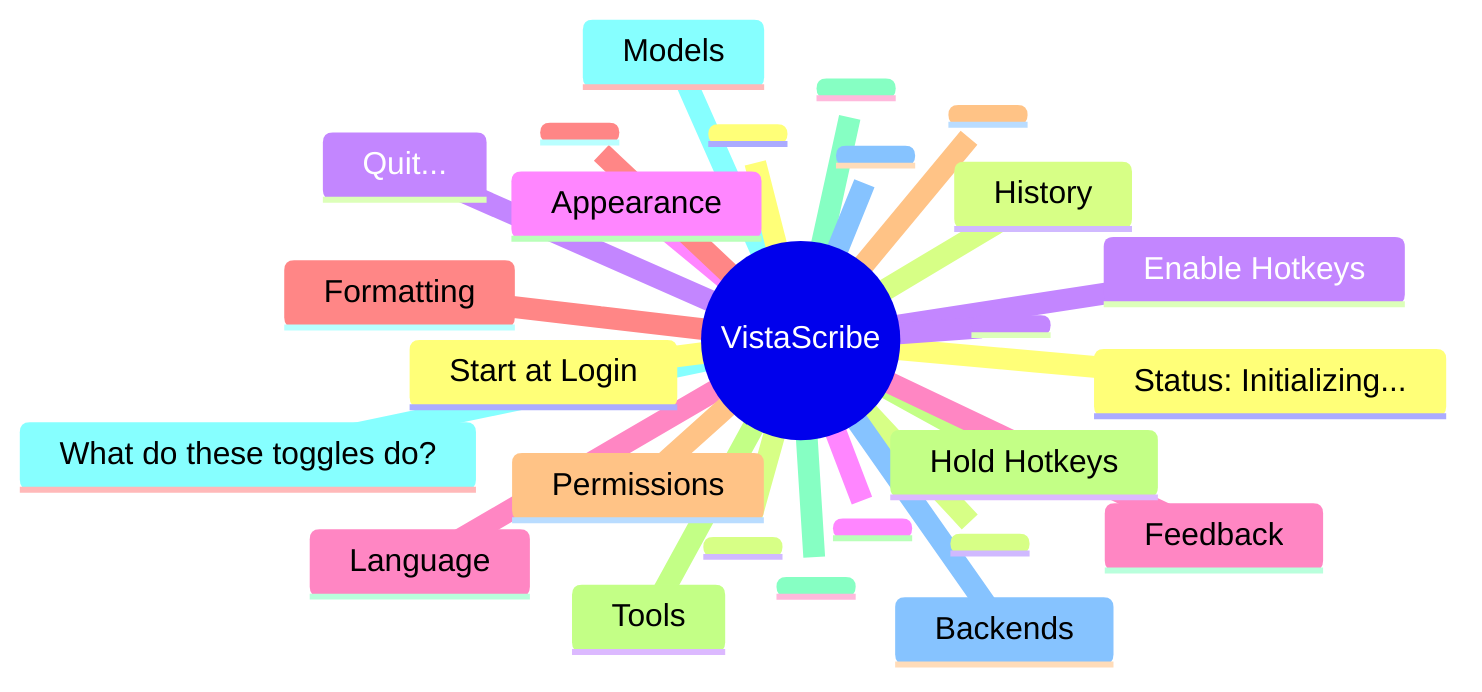
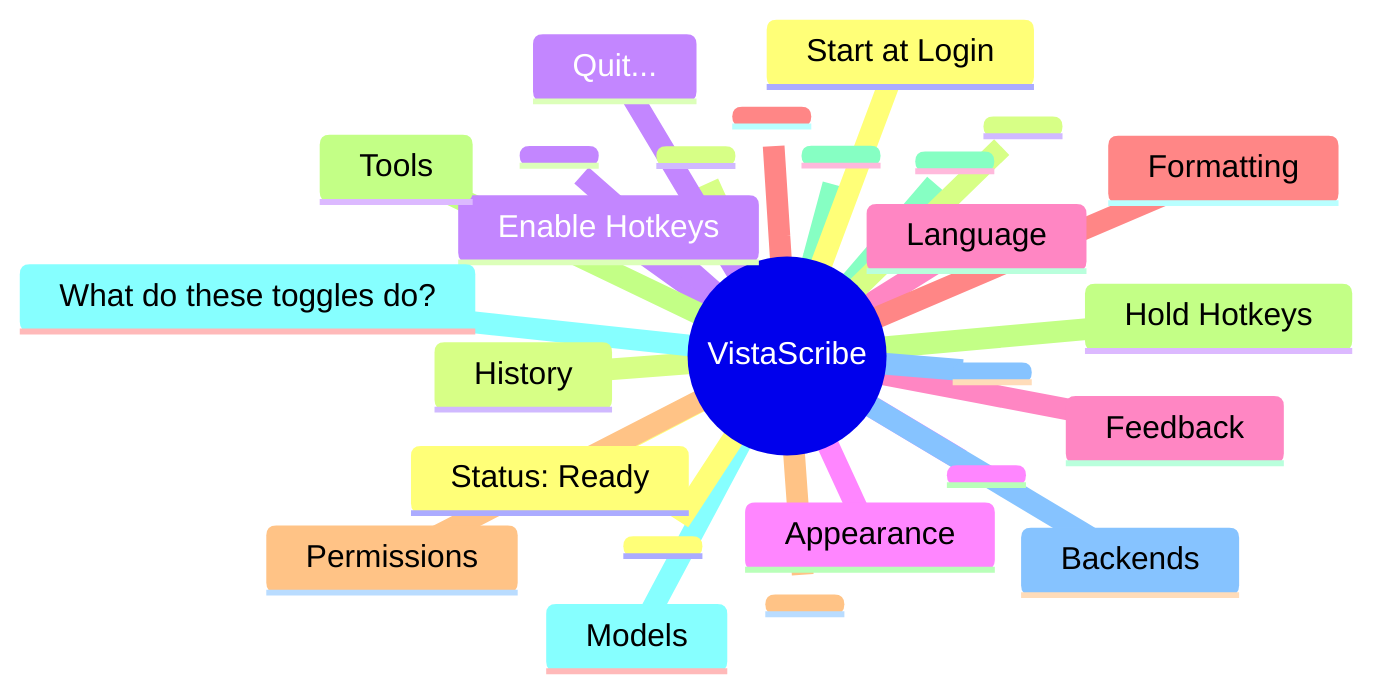
```mermaid
mindmap
  root((VistaScribe))
-     Status: Initializing...
-     <rumps.rumps.SeparatorMenuItem object at 0x119832cc0>
+     Status: Ready
+     <rumps.rumps.SeparatorMenuItem object at 0x10dd5ade0>
    Enable Hotkeys
-     <rumps.rumps.SeparatorMenuItem object at 0x119832e10>
+     <rumps.rumps.SeparatorMenuItem object at 0x10e005580>
    Language
    Formatting
-     <rumps.rumps.SeparatorMenuItem object at 0x119832ff0>
+     <rumps.rumps.SeparatorMenuItem object at 0x10e005760>
    Hold Hotkeys
-     <rumps.rumps.SeparatorMenuItem object at 0x119833110>
+     <rumps.rumps.SeparatorMenuItem object at 0x10e005880>
    Models
    Backends
-     <rumps.rumps.SeparatorMenuItem object at 0x1198332f0>
+     <rumps.rumps.SeparatorMenuItem object at 0x10e005a60>
    History
-     <rumps.rumps.SeparatorMenuItem object at 0x119833410>
+     <rumps.rumps.SeparatorMenuItem object at 0x10e005b80>
    Appearance
    Feedback
-     <rumps.rumps.SeparatorMenuItem object at 0x1198335f0>
+     <rumps.rumps.SeparatorMenuItem object at 0x10e005d60>
    Permissions
    Tools
-     <rumps.rumps.SeparatorMenuItem object at 0x1198337d0>
+     <rumps.rumps.SeparatorMenuItem object at 0x10e005f40>
    What do these toggles do?
-     <rumps.rumps.SeparatorMenuItem object at 0x1198339b0>
+     <rumps.rumps.SeparatorMenuItem object at 0x10e006120>
    Start at Login
-     <rumps.rumps.SeparatorMenuItem object at 0x119833b90>
+     <rumps.rumps.SeparatorMenuItem object at 0x10e006300>
    Quit...
```
